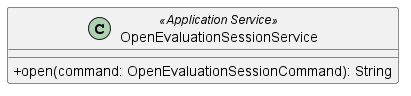
The PlantUML diagram src/PB/DocumentazioneEsterna/Specifica_Tecnica/content/05-diagrammi-classi/uml/png/Session/OpenEvaluationSessionService.png in GroupRubberDuck/Documentazione, before a commit. The source it was exported from:
```plantuml
@startuml OpenEvaluationSessionService
skinparam classAttributeIconSize 0
class OpenEvaluationSessionService <<Application Service>> {
    + open(command: OpenEvaluationSessionCommand): String
}

@enduml
```
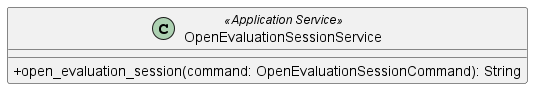
The same file after the commit.

The edit, as a diff of the source:
```diff
@@ -1,7 +1,7 @@
 @startuml OpenEvaluationSessionService
 skinparam classAttributeIconSize 0
 class OpenEvaluationSessionService <<Application Service>> {
-    + open(command: OpenEvaluationSessionCommand): String
+    + open_evaluation_session(command: OpenEvaluationSessionCommand): String
 }
 
 @enduml
```
